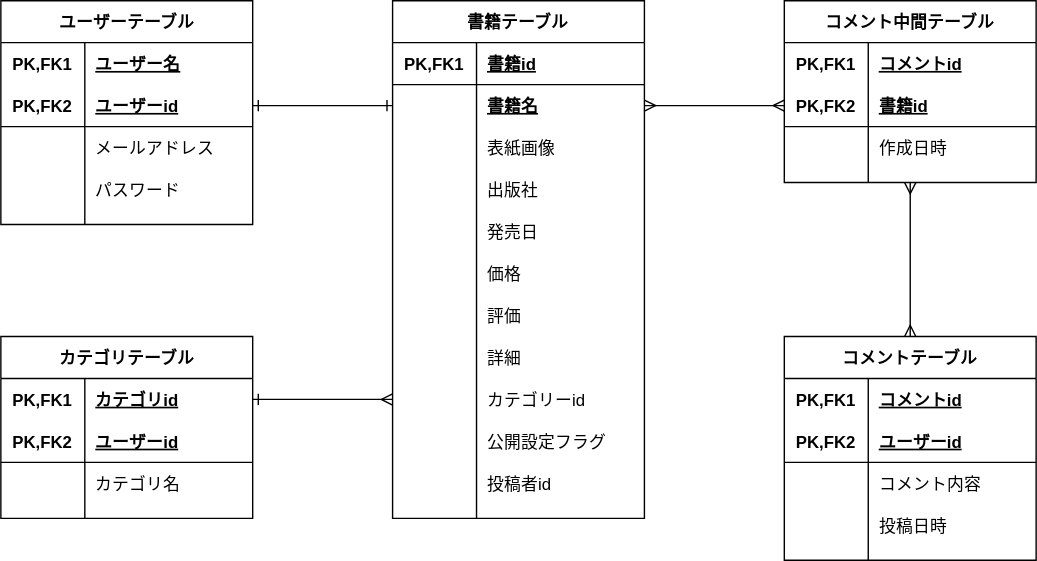
Above: ERdiagram.drawio.svg in takumi98/EngineerBookshelf (draw.io), before the change. Source tidied: cells renumbered, new cells last; positions are measured from the earlier drawing's top-left corner, leaving out a move shared by most shapes.
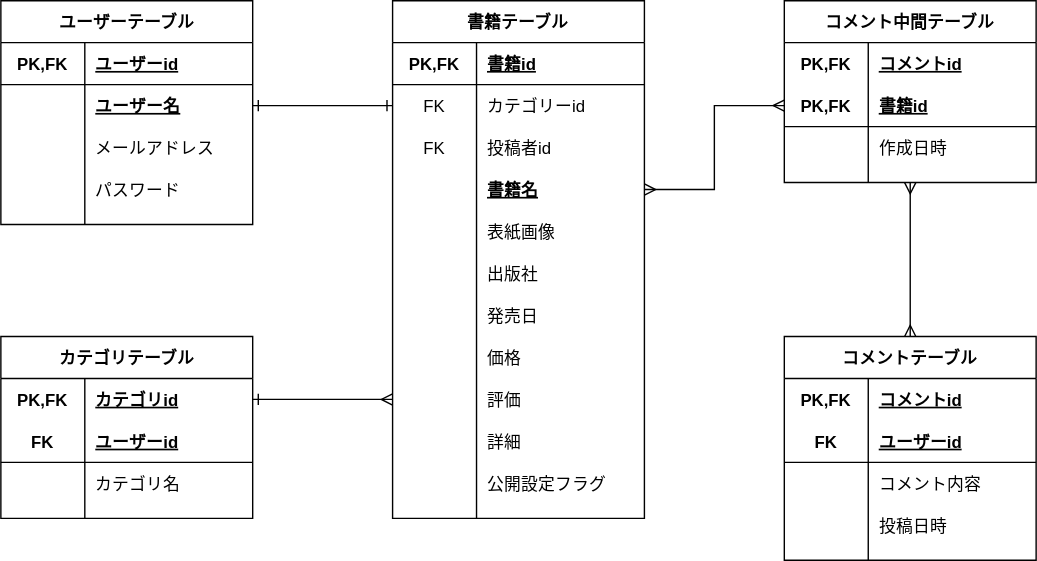
After the commit.

Commit message:
[update]キーの整理

Diff of the diagram source:
```diff
@@ -2,28 +2,28 @@
   <root>
     <mxCell id="0" />
     <mxCell id="1" parent="0" />
-    <mxCell id="2" style="edgeStyle=orthogonalEdgeStyle;rounded=0;jettySize=auto;html=1;entryX=0;entryY=0.5;entryDx=0;entryDy=0;endArrow=ERone;endFill=0;exitX=1;exitY=0.5;exitDx=0;exitDy=0;startArrow=ERone;startFill=0;" parent="1" edge="1" source="7" target="21">
+    <mxCell id="2" style="edgeStyle=orthogonalEdgeStyle;rounded=0;jettySize=auto;html=1;entryX=0;entryY=0.5;entryDx=0;entryDy=0;endArrow=ERone;endFill=0;exitX=1;exitY=0.5;exitDx=0;exitDy=0;startArrow=ERone;startFill=0;" parent="1" edge="1" source="7" target="42">
       <mxGeometry relative="1" as="geometry" />
     </mxCell>
     <mxCell id="3" value="ユーザーテーブル" style="shape=table;startSize=30;rowLines=0;fontStyle=1;align=center;" parent="1" vertex="1">
       <mxGeometry width="180" height="160" as="geometry" />
     </mxCell>
-    <mxCell id="4" style="shape=partialRectangle;fillColor=none;top=0;left=0;bottom=0;right=0;" parent="3" vertex="1">
+    <mxCell id="4" style="shape=partialRectangle;fillColor=none;top=0;left=0;bottom=1;right=0;" parent="3" vertex="1">
       <mxGeometry y="30" width="180" height="30" as="geometry" />
     </mxCell>
-    <mxCell id="5" value="PK,FK1" style="shape=partialRectangle;fillColor=none;top=0;left=0;bottom=0;right=0;fontStyle=1;overflow=hidden;" parent="4" vertex="1">
+    <mxCell id="5" value="PK,FK" style="shape=partialRectangle;fillColor=none;top=0;left=0;bottom=0;right=0;fontStyle=1;overflow=hidden;" parent="4" vertex="1">
       <mxGeometry width="60" height="30" as="geometry" />
     </mxCell>
-    <mxCell id="6" value="ユーザー名" style="shape=partialRectangle;fillColor=none;top=0;left=0;bottom=0;right=0;align=left;spacingLeft=6;fontStyle=5;overflow=hidden;" parent="4" vertex="1">
+    <mxCell id="6" value="ユーザーid" style="shape=partialRectangle;fillColor=none;top=0;left=0;bottom=0;right=0;align=left;spacingLeft=6;fontStyle=5;overflow=hidden;" parent="4" vertex="1">
       <mxGeometry x="60" width="120" height="30" as="geometry" />
     </mxCell>
-    <mxCell id="7" style="shape=partialRectangle;fillColor=none;top=0;left=0;bottom=1;right=0;points=[[0,0.5],[1,0.5]];portConstraint=eastwest;" parent="3" vertex="1">
+    <mxCell id="7" style="shape=partialRectangle;fillColor=none;top=0;left=0;bottom=0;right=0;points=[[0,0.5],[1,0.5]];portConstraint=eastwest;" parent="3" vertex="1">
       <mxGeometry y="60" width="180" height="30" as="geometry" />
     </mxCell>
-    <mxCell id="8" value="PK,FK2" style="shape=partialRectangle;fillColor=none;top=0;left=0;bottom=0;right=0;fontStyle=1;overflow=hidden;" parent="7" vertex="1">
+    <mxCell id="8" style="shape=partialRectangle;fillColor=none;top=0;left=0;bottom=0;right=0;fontStyle=1;overflow=hidden;" parent="7" vertex="1">
       <mxGeometry width="60" height="30" as="geometry" />
     </mxCell>
-    <mxCell id="9" value="ユーザーid" style="shape=partialRectangle;fillColor=none;top=0;left=0;bottom=0;right=0;align=left;spacingLeft=6;fontStyle=5;overflow=hidden;" parent="7" vertex="1">
+    <mxCell id="9" value="ユーザー名" style="shape=partialRectangle;fillColor=none;top=0;left=0;bottom=0;right=0;align=left;spacingLeft=6;fontStyle=5;overflow=hidden;" parent="7" vertex="1">
       <mxGeometry x="60" width="120" height="30" as="geometry" />
     </mxCell>
     <mxCell id="10" style="shape=partialRectangle;fillColor=none;top=0;left=0;bottom=0;right=0;" parent="3" vertex="1">
@@ -44,23 +44,38 @@
     <mxCell id="15" value="パスワード" style="shape=partialRectangle;fillColor=none;top=0;left=0;bottom=0;right=0;align=left;spacingLeft=6;overflow=hidden;" parent="13" vertex="1">
       <mxGeometry x="60" width="120" height="30" as="geometry" />
     </mxCell>
-    <mxCell id="16" style="edgeStyle=orthogonalEdgeStyle;rounded=0;jettySize=auto;html=1;exitX=0;exitY=0.5;exitDx=0;exitDy=0;entryX=1;entryY=0.5;entryDx=0;entryDy=0;startArrow=ERmany;startFill=0;endArrow=ERone;endFill=0;" parent="1" edge="1" source="42" target="76">
-      <mxGeometry relative="1" as="geometry" />
-    </mxCell>
     <mxCell id="17" value="書籍テーブル" style="shape=table;startSize=30;rowLines=0;fontStyle=1;align=center;" parent="1" vertex="1">
       <mxGeometry x="280" width="180" height="370" as="geometry" />
     </mxCell>
     <mxCell id="18" style="shape=partialRectangle;fillColor=none;top=0;left=0;bottom=1;right=0;" parent="17" vertex="1">
       <mxGeometry y="30" width="180" height="30" as="geometry" />
     </mxCell>
-    <mxCell id="19" value="PK,FK1" style="shape=partialRectangle;fillColor=none;top=0;left=0;bottom=0;right=0;fontStyle=1;overflow=hidden;" parent="18" vertex="1">
+    <mxCell id="19" value="PK,FK" style="shape=partialRectangle;fillColor=none;top=0;left=0;bottom=0;right=0;fontStyle=1;overflow=hidden;" parent="18" vertex="1">
       <mxGeometry width="60" height="30" as="geometry" />
     </mxCell>
     <mxCell id="20" value="書籍id" style="shape=partialRectangle;fillColor=none;top=0;left=0;bottom=0;right=0;align=left;spacingLeft=6;fontStyle=5;overflow=hidden;" parent="18" vertex="1">
       <mxGeometry x="60" width="120" height="30" as="geometry" />
     </mxCell>
+    <mxCell id="42" style="shape=partialRectangle;fillColor=none;top=0;left=0;bottom=0;right=0;points=[[0,0.5],[1,0.5]];portConstraint=eastwest;" parent="17" vertex="1">
+      <mxGeometry y="60" width="180" height="30" as="geometry" />
+    </mxCell>
+    <mxCell id="43" value="FK" style="shape=partialRectangle;fillColor=none;top=0;left=0;bottom=0;right=0;overflow=hidden;" parent="42" vertex="1">
+      <mxGeometry width="60" height="30" as="geometry" />
+    </mxCell>
+    <mxCell id="44" value="カテゴリーid" style="shape=partialRectangle;fillColor=none;top=0;left=0;bottom=0;right=0;align=left;spacingLeft=6;overflow=hidden;" parent="42" vertex="1">
+      <mxGeometry x="60" width="120" height="30" as="geometry" />
+    </mxCell>
+    <mxCell id="48" style="shape=partialRectangle;fillColor=none;top=0;left=0;bottom=0;right=0;" parent="17" vertex="1">
+      <mxGeometry y="90" width="180" height="30" as="geometry" />
+    </mxCell>
+    <mxCell id="49" value="FK" style="shape=partialRectangle;fillColor=none;top=0;left=0;bottom=0;right=0;overflow=hidden;" parent="48" vertex="1">
+      <mxGeometry width="60" height="30" as="geometry" />
+    </mxCell>
+    <mxCell id="50" value="投稿者id" style="shape=partialRectangle;fillColor=none;top=0;left=0;bottom=0;right=0;align=left;spacingLeft=6;overflow=hidden;" parent="48" vertex="1">
+      <mxGeometry x="60" width="120" height="30" as="geometry" />
+    </mxCell>
     <mxCell id="21" style="shape=partialRectangle;fillColor=none;top=0;left=0;bottom=0;right=0;points=[[0,0.5],[1,0.5]];portConstraint=eastwest;" parent="17" vertex="1">
-      <mxGeometry y="60" width="180" height="30" as="geometry" />
+      <mxGeometry y="120" width="180" height="30" as="geometry" />
     </mxCell>
     <mxCell id="22" style="shape=partialRectangle;fillColor=none;top=0;left=0;bottom=0;right=0;fontStyle=1;overflow=hidden;" parent="21" vertex="1">
       <mxGeometry width="60" height="30" as="geometry" />
@@ -69,7 +84,7 @@
       <mxGeometry x="60" width="120" height="30" as="geometry" />
     </mxCell>
     <mxCell id="24" style="shape=partialRectangle;fillColor=none;top=0;left=0;bottom=0;right=0;" parent="17" vertex="1">
-      <mxGeometry y="90" width="180" height="30" as="geometry" />
+      <mxGeometry y="150" width="180" height="30" as="geometry" />
     </mxCell>
     <mxCell id="25" style="shape=partialRectangle;fillColor=none;top=0;left=0;bottom=0;right=0;overflow=hidden;" parent="24" vertex="1">
       <mxGeometry width="60" height="30" as="geometry" />
@@ -78,7 +93,7 @@
       <mxGeometry x="60" width="120" height="30" as="geometry" />
     </mxCell>
     <mxCell id="27" style="shape=partialRectangle;fillColor=none;top=0;left=0;bottom=0;right=0;" parent="17" vertex="1">
-      <mxGeometry y="120" width="180" height="30" as="geometry" />
+      <mxGeometry y="180" width="180" height="30" as="geometry" />
     </mxCell>
     <mxCell id="28" style="shape=partialRectangle;fillColor=none;top=0;left=0;bottom=0;right=0;overflow=hidden;" parent="27" vertex="1">
       <mxGeometry width="60" height="30" as="geometry" />
@@ -87,7 +102,7 @@
       <mxGeometry x="60" width="120" height="30" as="geometry" />
     </mxCell>
     <mxCell id="30" style="shape=partialRectangle;fillColor=none;top=0;left=0;bottom=0;right=0;" parent="17" vertex="1">
-      <mxGeometry y="150" width="180" height="30" as="geometry" />
+      <mxGeometry y="210" width="180" height="30" as="geometry" />
     </mxCell>
     <mxCell id="31" style="shape=partialRectangle;fillColor=none;top=0;left=0;bottom=0;right=0;overflow=hidden;" parent="30" vertex="1">
       <mxGeometry width="60" height="30" as="geometry" />
@@ -96,7 +111,7 @@
       <mxGeometry x="60" width="120" height="30" as="geometry" />
     </mxCell>
     <mxCell id="33" style="shape=partialRectangle;fillColor=none;top=0;left=0;bottom=0;right=0;" parent="17" vertex="1">
-      <mxGeometry y="180" width="180" height="30" as="geometry" />
+      <mxGeometry y="240" width="180" height="30" as="geometry" />
     </mxCell>
     <mxCell id="34" style="shape=partialRectangle;fillColor=none;top=0;left=0;bottom=0;right=0;overflow=hidden;" parent="33" vertex="1">
       <mxGeometry width="60" height="30" as="geometry" />
@@ -105,7 +120,7 @@
       <mxGeometry x="60" width="120" height="30" as="geometry" />
     </mxCell>
     <mxCell id="36" style="shape=partialRectangle;fillColor=none;top=0;left=0;bottom=0;right=0;points=[[0,0.5],[1,0.5]];portConstraint=eastwest;" parent="17" vertex="1">
-      <mxGeometry y="210" width="180" height="30" as="geometry" />
+      <mxGeometry y="270" width="180" height="30" as="geometry" />
     </mxCell>
     <mxCell id="37" style="shape=partialRectangle;fillColor=none;top=0;left=0;bottom=0;right=0;overflow=hidden;" parent="36" vertex="1">
       <mxGeometry width="60" height="30" as="geometry" />
@@ -114,7 +129,7 @@
       <mxGeometry x="60" width="120" height="30" as="geometry" />
     </mxCell>
     <mxCell id="39" style="shape=partialRectangle;fillColor=none;top=0;left=0;bottom=0;right=0;" parent="17" vertex="1">
-      <mxGeometry y="240" width="180" height="30" as="geometry" />
+      <mxGeometry y="300" width="180" height="30" as="geometry" />
     </mxCell>
     <mxCell id="40" style="shape=partialRectangle;fillColor=none;top=0;left=0;bottom=0;right=0;overflow=hidden;" parent="39" vertex="1">
       <mxGeometry width="60" height="30" as="geometry" />
@@ -122,17 +137,8 @@
     <mxCell id="41" value="詳細" style="shape=partialRectangle;fillColor=none;top=0;left=0;bottom=0;right=0;align=left;spacingLeft=6;overflow=hidden;" parent="39" vertex="1">
       <mxGeometry x="60" width="120" height="30" as="geometry" />
     </mxCell>
-    <mxCell id="42" style="shape=partialRectangle;fillColor=none;top=0;left=0;bottom=0;right=0;points=[[0,0.5],[1,0.5]];portConstraint=eastwest;" parent="17" vertex="1">
-      <mxGeometry y="270" width="180" height="30" as="geometry" />
-    </mxCell>
-    <mxCell id="43" style="shape=partialRectangle;fillColor=none;top=0;left=0;bottom=0;right=0;overflow=hidden;" parent="42" vertex="1">
-      <mxGeometry width="60" height="30" as="geometry" />
-    </mxCell>
-    <mxCell id="44" value="カテゴリーid" style="shape=partialRectangle;fillColor=none;top=0;left=0;bottom=0;right=0;align=left;spacingLeft=6;overflow=hidden;" parent="42" vertex="1">
-      <mxGeometry x="60" width="120" height="30" as="geometry" />
-    </mxCell>
     <mxCell id="45" style="shape=partialRectangle;fillColor=none;top=0;left=0;bottom=0;right=0;" parent="17" vertex="1">
-      <mxGeometry y="300" width="180" height="30" as="geometry" />
+      <mxGeometry y="330" width="180" height="30" as="geometry" />
     </mxCell>
     <mxCell id="46" style="shape=partialRectangle;fillColor=none;top=0;left=0;bottom=0;right=0;overflow=hidden;" parent="45" vertex="1">
       <mxGeometry width="60" height="30" as="geometry" />
@@ -140,15 +146,6 @@
     <mxCell id="47" value="公開設定フラグ" style="shape=partialRectangle;fillColor=none;top=0;left=0;bottom=0;right=0;align=left;spacingLeft=6;overflow=hidden;" parent="45" vertex="1">
       <mxGeometry x="60" width="120" height="30" as="geometry" />
     </mxCell>
-    <mxCell id="48" style="shape=partialRectangle;fillColor=none;top=0;left=0;bottom=0;right=0;" parent="17" vertex="1">
-      <mxGeometry y="330" width="180" height="30" as="geometry" />
-    </mxCell>
-    <mxCell id="49" style="shape=partialRectangle;fillColor=none;top=0;left=0;bottom=0;right=0;overflow=hidden;" parent="48" vertex="1">
-      <mxGeometry width="60" height="30" as="geometry" />
-    </mxCell>
-    <mxCell id="50" value="投稿者id" style="shape=partialRectangle;fillColor=none;top=0;left=0;bottom=0;right=0;align=left;spacingLeft=6;overflow=hidden;" parent="48" vertex="1">
-      <mxGeometry x="60" width="120" height="30" as="geometry" />
-    </mxCell>
     <mxCell id="51" style="edgeStyle=orthogonalEdgeStyle;rounded=0;jettySize=auto;html=1;exitX=0.5;exitY=0;exitDx=0;exitDy=0;entryX=0.5;entryY=1;entryDx=0;entryDy=0;startArrow=ERmany;startFill=0;endArrow=ERmany;endFill=0;" parent="1" edge="1" source="52" target="65">
       <mxGeometry relative="1" as="geometry" />
     </mxCell>
@@ -158,7 +155,7 @@
     <mxCell id="53" style="shape=partialRectangle;fillColor=none;top=0;left=0;bottom=0;right=0;" parent="52" vertex="1">
       <mxGeometry y="30" width="180" height="30" as="geometry" />
     </mxCell>
-    <mxCell id="54" value="PK,FK1" style="shape=partialRectangle;fillColor=none;top=0;left=0;bottom=0;right=0;fontStyle=1;overflow=hidden;" parent="53" vertex="1">
+    <mxCell id="54" value="PK,FK" style="shape=partialRectangle;fillColor=none;top=0;left=0;bottom=0;right=0;fontStyle=1;overflow=hidden;" parent="53" vertex="1">
       <mxGeometry width="60" height="30" as="geometry" />
     </mxCell>
     <mxCell id="55" value="コメントid" style="shape=partialRectangle;fillColor=none;top=0;left=0;bottom=0;right=0;align=left;spacingLeft=6;fontStyle=5;overflow=hidden;" parent="53" vertex="1">
@@ -167,7 +164,7 @@
     <mxCell id="56" style="shape=partialRectangle;fillColor=none;top=0;left=0;bottom=1;right=0;" parent="52" vertex="1">
       <mxGeometry y="60" width="180" height="30" as="geometry" />
     </mxCell>
-    <mxCell id="57" value="PK,FK2" style="shape=partialRectangle;fillColor=none;top=0;left=0;bottom=0;right=0;fontStyle=1;overflow=hidden;" parent="56" vertex="1">
+    <mxCell id="57" value="FK" style="shape=partialRectangle;fillColor=none;top=0;left=0;bottom=0;right=0;fontStyle=1;overflow=hidden;" parent="56" vertex="1">
       <mxGeometry width="60" height="30" as="geometry" />
     </mxCell>
     <mxCell id="58" value="ユーザーid" style="shape=partialRectangle;fillColor=none;top=0;left=0;bottom=0;right=0;align=left;spacingLeft=6;fontStyle=5;overflow=hidden;" parent="56" vertex="1">
@@ -197,7 +194,7 @@
     <mxCell id="66" style="shape=partialRectangle;fillColor=none;top=0;left=0;bottom=0;right=0;" parent="65" vertex="1">
       <mxGeometry y="30" width="180" height="30" as="geometry" />
     </mxCell>
-    <mxCell id="67" value="PK,FK1" style="shape=partialRectangle;fillColor=none;top=0;left=0;bottom=0;right=0;fontStyle=1;overflow=hidden;" parent="66" vertex="1">
+    <mxCell id="67" value="PK,FK" style="shape=partialRectangle;fillColor=none;top=0;left=0;bottom=0;right=0;fontStyle=1;overflow=hidden;" parent="66" vertex="1">
       <mxGeometry width="60" height="30" as="geometry" />
     </mxCell>
     <mxCell id="68" value="コメントid" style="shape=partialRectangle;fillColor=none;top=0;left=0;bottom=0;right=0;align=left;spacingLeft=6;fontStyle=5;overflow=hidden;" parent="66" vertex="1">
@@ -206,7 +203,7 @@
     <mxCell id="69" style="shape=partialRectangle;fillColor=none;top=0;left=0;bottom=1;right=0;points=[[0,0.5],[1,0.5]];portConstraint=eastwest;" parent="65" vertex="1">
       <mxGeometry y="60" width="180" height="30" as="geometry" />
     </mxCell>
-    <mxCell id="70" value="PK,FK2" style="shape=partialRectangle;fillColor=none;top=0;left=0;bottom=0;right=0;fontStyle=1;overflow=hidden;" parent="69" vertex="1">
+    <mxCell id="70" value="PK,FK" style="shape=partialRectangle;fillColor=none;top=0;left=0;bottom=0;right=0;fontStyle=1;overflow=hidden;" parent="69" vertex="1">
       <mxGeometry width="60" height="30" as="geometry" />
     </mxCell>
     <mxCell id="71" value="書籍id" style="shape=partialRectangle;fillColor=none;top=0;left=0;bottom=0;right=0;align=left;spacingLeft=6;fontStyle=5;overflow=hidden;" parent="69" vertex="1">
@@ -227,7 +224,7 @@
     <mxCell id="76" style="shape=partialRectangle;fillColor=none;top=0;left=0;bottom=0;right=0;points=[[0,0.5],[1,0.5]];portConstraint=eastwest;" parent="75" vertex="1">
       <mxGeometry y="30" width="180" height="30" as="geometry" />
     </mxCell>
-    <mxCell id="77" value="PK,FK1" style="shape=partialRectangle;fillColor=none;top=0;left=0;bottom=0;right=0;fontStyle=1;overflow=hidden;" parent="76" vertex="1">
+    <mxCell id="77" value="PK,FK" style="shape=partialRectangle;fillColor=none;top=0;left=0;bottom=0;right=0;fontStyle=1;overflow=hidden;" parent="76" vertex="1">
       <mxGeometry width="60" height="30" as="geometry" />
     </mxCell>
     <mxCell id="78" value="カテゴリid" style="shape=partialRectangle;fillColor=none;top=0;left=0;bottom=0;right=0;align=left;spacingLeft=6;fontStyle=5;overflow=hidden;" parent="76" vertex="1">
@@ -236,7 +233,7 @@
     <mxCell id="79" style="shape=partialRectangle;fillColor=none;top=0;left=0;bottom=1;right=0;" parent="75" vertex="1">
       <mxGeometry y="60" width="180" height="30" as="geometry" />
     </mxCell>
-    <mxCell id="80" value="PK,FK2" style="shape=partialRectangle;fillColor=none;top=0;left=0;bottom=0;right=0;fontStyle=1;overflow=hidden;" parent="79" vertex="1">
+    <mxCell id="80" value="FK" style="shape=partialRectangle;fillColor=none;top=0;left=0;bottom=0;right=0;fontStyle=1;overflow=hidden;" parent="79" vertex="1">
       <mxGeometry width="60" height="30" as="geometry" />
     </mxCell>
     <mxCell id="81" value="ユーザーid" style="shape=partialRectangle;fillColor=none;top=0;left=0;bottom=0;right=0;align=left;spacingLeft=6;fontStyle=5;overflow=hidden;" parent="79" vertex="1">
@@ -254,5 +251,8 @@
     <mxCell id="85" style="edgeStyle=orthogonalEdgeStyle;rounded=0;jettySize=auto;html=1;exitX=0;exitY=0.5;exitDx=0;exitDy=0;entryX=1;entryY=0.5;entryDx=0;entryDy=0;startArrow=ERmany;startFill=0;endArrow=ERmany;endFill=0;" parent="1" edge="1" source="69" target="21">
       <mxGeometry relative="1" as="geometry" />
     </mxCell>
+    <mxCell id="86" style="edgeStyle=orthogonalEdgeStyle;rounded=0;jettySize=auto;html=1;exitX=1;exitY=0.5;exitDx=0;exitDy=0;entryX=0;entryY=0.5;entryDx=0;entryDy=0;startArrow=ERone;startFill=0;endArrow=ERmany;endFill=0;" parent="1" edge="1" source="76" target="36">
+      <mxGeometry relative="1" as="geometry" />
+    </mxCell>
   </root>
 </mxGraphModel>
```
